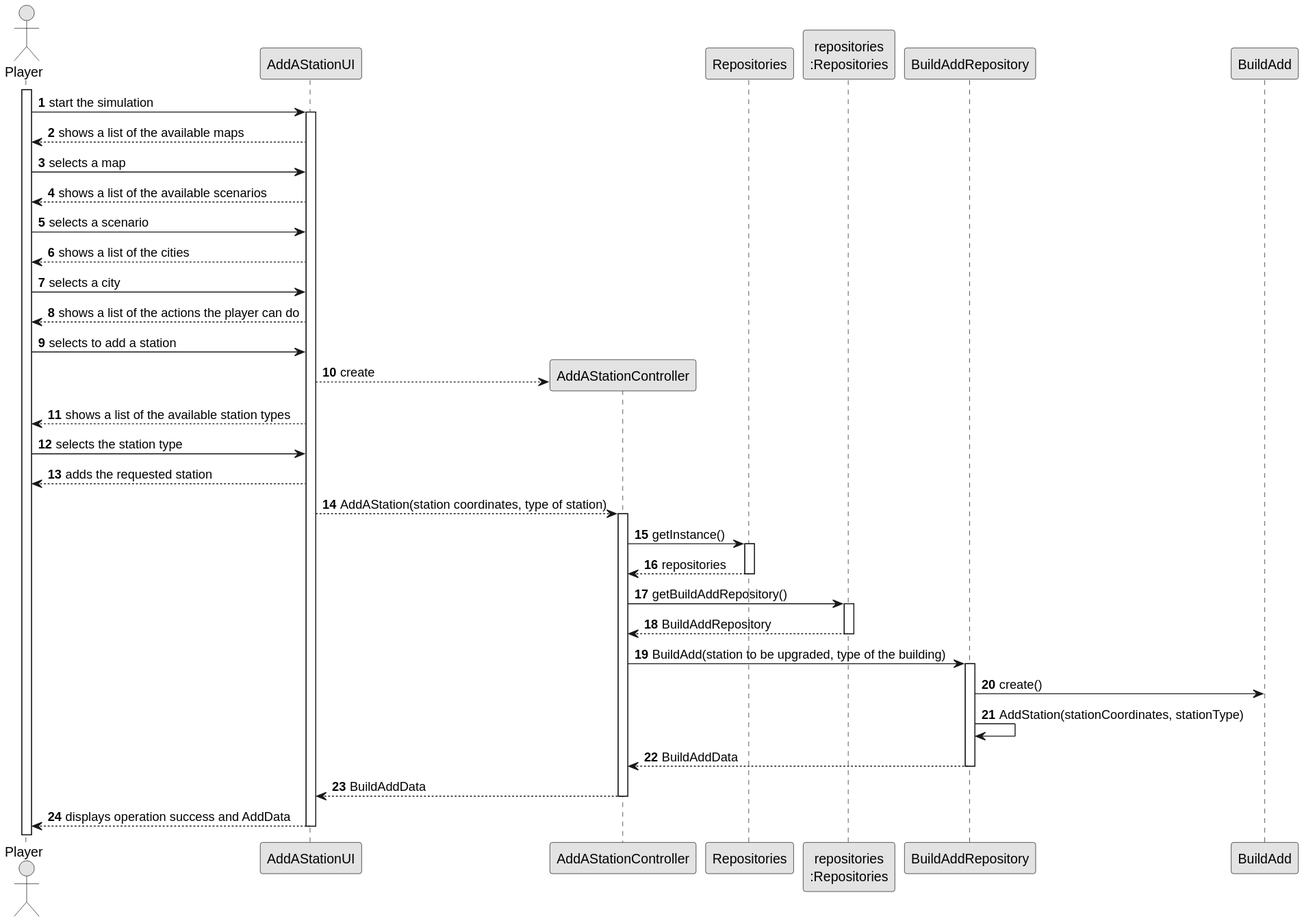
Before: docs/sprint2/us005/03.design/svg/us005-sequence-diagram-full.svg, a diagram exported from PlantUML (ivasduarte/all-aboard).
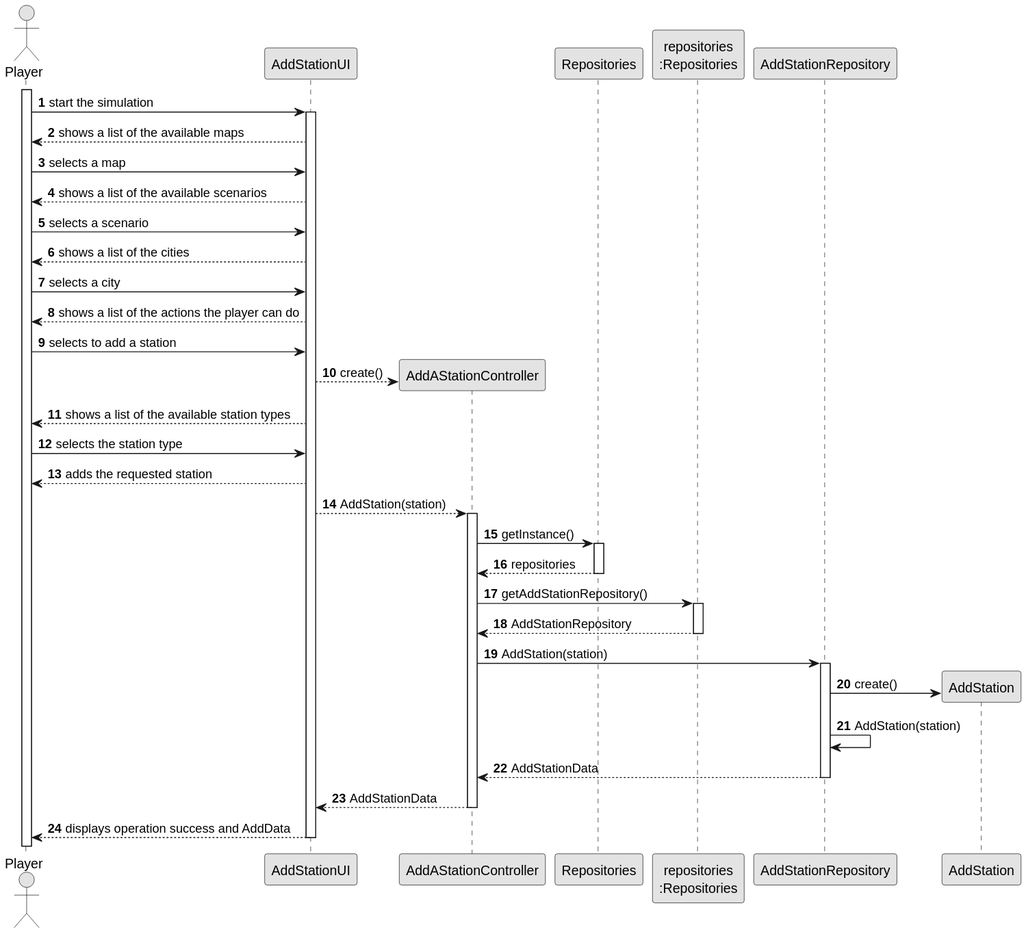
After the change.

Commit message:
US005(docs): Changed Class and Sequence Diagram

The edit, as a diff of the source:
```diff
@@ -6,7 +6,7 @@
 autonumber
 
 actor "Player" as Editor
-participant "AddAStationUI" as UI
+participant "AddStationUI" as UI
 
 activate Editor
 
@@ -23,7 +23,7 @@
 Editor -> UI : selects to add a station
 
 create "AddAStationController" as CTRL
-UI --> CTRL : create
+UI --> CTRL : create()
 
 participant "Repositories" as RepositorySingleton
 participant "repositories\n:Repositories" as PLAT
@@ -33,7 +33,7 @@
 UI --> Editor : adds the requested station
 
 
-UI --> CTRL : AddAStation(station coordinates, type of station)
+UI --> CTRL : AddStation(station)
 activate CTRL
 
 CTRL -> RepositorySingleton : getInstance()
@@ -41,22 +41,23 @@
 RepositorySingleton --> CTRL : repositories
 deactivate RepositorySingleton
 
-CTRL -> PLAT : getBuildAddRepository()
+CTRL -> PLAT : getAddStationRepository()
 activate PLAT
-PLAT --> CTRL : BuildAddRepository
+PLAT --> CTRL : AddStationRepository
 deactivate PLAT
 
-CTRL -> BuildAddRepository : BuildAdd(station to be upgraded, type of the building)
-activate BuildAddRepository
+CTRL -> AddStationRepository : AddStation(station)
+activate AddStationRepository
 
-create "BuildAddRepository\n:BuildAddRepository" as BuildAddRepository
-BuildAddRepository -> BuildAdd : create()
-BuildAddRepository -> BuildAddRepository : AddStation(stationCoordinates, stationType)
+create "AddStationRepository\n:AddStationRepository" as AddStationRepository
+create "AddStation" as AddStation
+AddStationRepository -> AddStation : create()
+AddStationRepository -> AddStationRepository : AddStation(station)
 
-BuildAddRepository --> CTRL : BuildAddData
-deactivate BuildAddRepository
+AddStationRepository --> CTRL : AddStationData
+deactivate AddStationRepository
 
-CTRL --> UI : BuildAddData
+CTRL --> UI : AddStationData
 deactivate CTRL
 
 UI --> Editor : displays operation success and AddData
```
